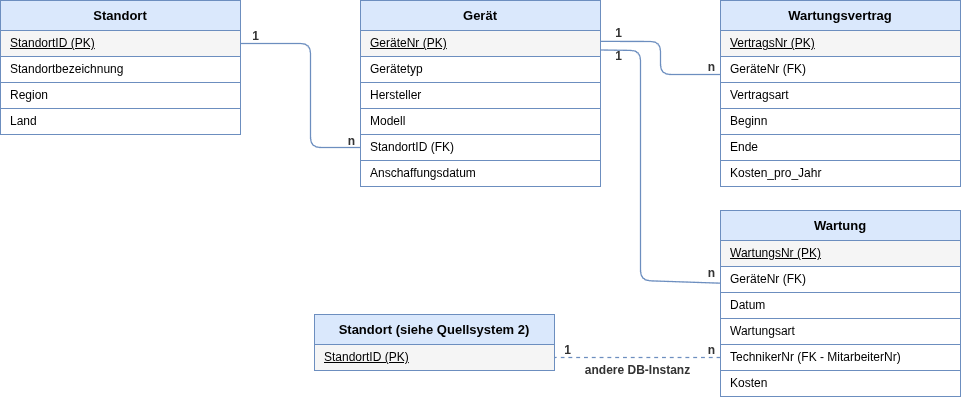
Above: Dokumentation/erm_quellsystem2.png in IchbinsTil/DVS (draw.io), before the change. Source tidied: cells renumbered, new cells last; positions are measured from the earlier drawing's top-left corner, leaving out a move shared by most shapes.
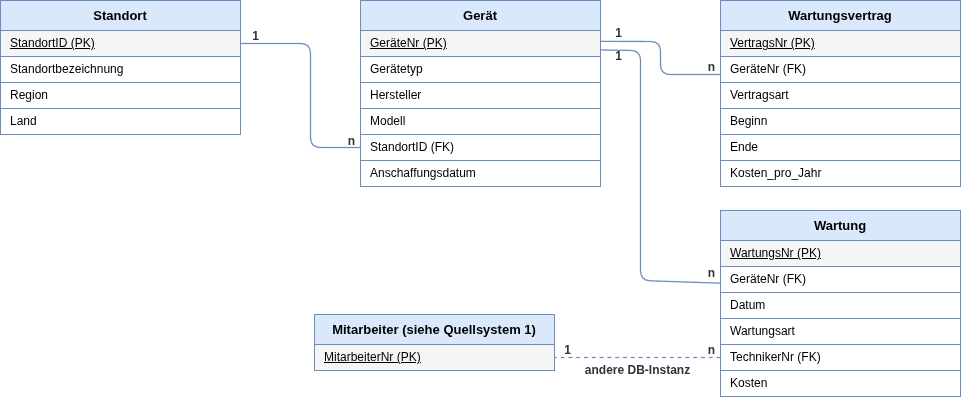
After the change.

Commit message:
fix (dwh-erm): remove name inconsistency

What changed in the source:
```diff
@@ -74,7 +74,7 @@
     <mxCell id="25" value="Wartungsart" style="rounded=0;whiteSpace=wrap;html=1;fillColor=#ffffff;strokeColor=#6c8ebf;fontSize=12;align=left;spacingLeft=8;" parent="1" vertex="1">
       <mxGeometry x="720" y="318" width="240" height="26" as="geometry" />
     </mxCell>
-    <mxCell id="26" value="TechnikerNr (FK - MitarbeiterNr)" style="rounded=0;whiteSpace=wrap;html=1;fillColor=#ffffff;strokeColor=#6c8ebf;fontSize=12;align=left;spacingLeft=8;" parent="1" vertex="1">
+    <mxCell id="26" value="TechnikerNr (FK)" style="rounded=0;whiteSpace=wrap;html=1;fillColor=#ffffff;strokeColor=#6c8ebf;fontSize=12;align=left;spacingLeft=8;" parent="1" vertex="1">
       <mxGeometry x="720" y="344" width="240" height="26" as="geometry" />
     </mxCell>
     <mxCell id="27" value="Kosten" style="rounded=0;whiteSpace=wrap;html=1;fillColor=#ffffff;strokeColor=#6c8ebf;fontSize=12;align=left;spacingLeft=8;" parent="1" vertex="1">
@@ -123,10 +123,10 @@
     <mxCell id="36" value="1" style="text;html=1;align=center;verticalAlign=middle;fontSize=12;fontStyle=1;fontColor=#333333;" parent="1" vertex="1">
       <mxGeometry x="605" y="46" width="26" height="20" as="geometry" />
     </mxCell>
-    <mxCell id="37" value="Standort (siehe Quellsystem 2)" style="rounded=0;whiteSpace=wrap;html=1;fillColor=#dae8fc;strokeColor=#6c8ebf;fontStyle=1;fontSize=13;align=center;verticalAlign=middle;" parent="1" vertex="1">
+    <mxCell id="37" value="Mitarbeiter (siehe Quellsystem 1)" style="rounded=0;whiteSpace=wrap;html=1;fillColor=#dae8fc;strokeColor=#6c8ebf;fontStyle=1;fontSize=13;align=center;verticalAlign=middle;" parent="1" vertex="1">
       <mxGeometry x="314" y="314" width="240" height="30" as="geometry" />
     </mxCell>
-    <mxCell id="38" value="StandortID (PK)" style="rounded=0;whiteSpace=wrap;html=1;fillColor=#f5f5f5;strokeColor=#6c8ebf;fontStyle=4;fontSize=12;align=left;spacingLeft=8;" parent="1" vertex="1">
+    <mxCell id="38" value="MitarbeiterNr (PK)" style="rounded=0;whiteSpace=wrap;html=1;fillColor=#f5f5f5;strokeColor=#6c8ebf;fontStyle=4;fontSize=12;align=left;spacingLeft=8;" parent="1" vertex="1">
       <mxGeometry x="314" y="344" width="240" height="26" as="geometry" />
     </mxCell>
     <mxCell id="39" value="1" style="text;html=1;align=center;verticalAlign=middle;fontSize=12;fontStyle=1;fontColor=#333333;" parent="1" vertex="1">
```
